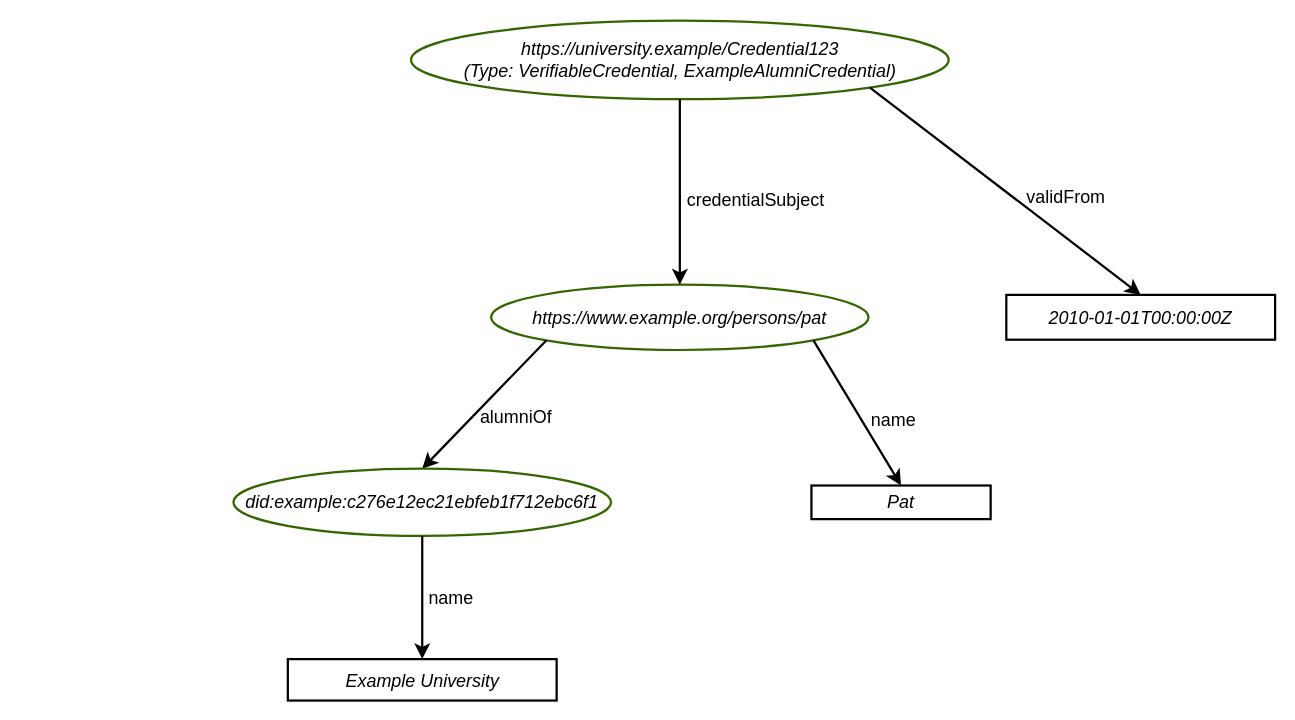
This is diagrams/credential_example.drawio from w3c/vc-overview, a draw.io file, before an edit. Source tidied: cells renumbered, new cells numbered last; positions are measured from the earlier drawing's top-left corner, leaving out a move shared by most shapes. Both pictures are drawn from the tidied source at 112%, with x=0, y=0 at pixel (233, 20).
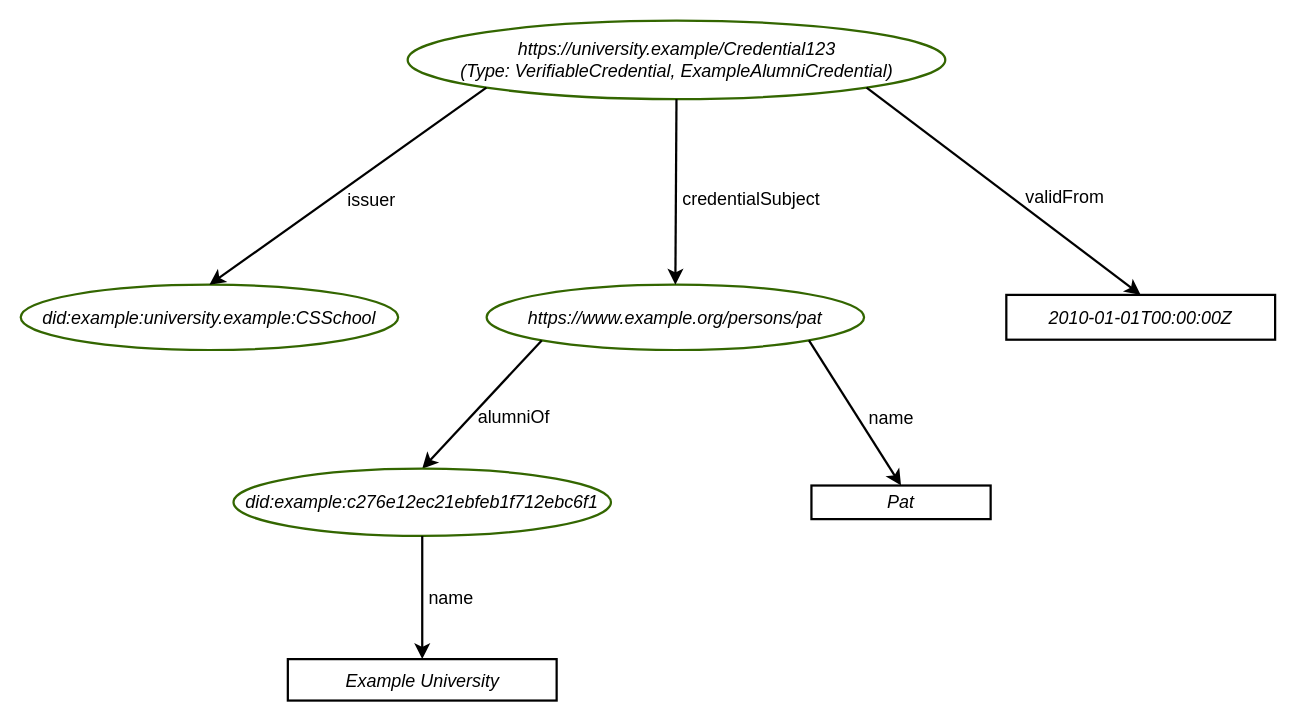
After the change.

The edit, as a diff of the source:
```diff
@@
     <mxCell id="2" value="&lt;div&gt;&lt;i&gt;https://university.example/Credential123&lt;/i&gt;&lt;/div&gt;&lt;div&gt;&lt;i&gt;(Type: VerifiableCredential, ExampleAlumniCredential)&lt;/i&gt;&lt;/div&gt;" style="ellipse;whiteSpace=wrap;html=1;fontSize=16;fillColor=none;strokeWidth=2;strokeColor=#336600;" parent="1" vertex="1">
-      <mxGeometry x="158.5" width="480" height="70" as="geometry" />
+      <mxGeometry x="155.5" width="480" height="70" as="geometry" />
     </mxCell>
@@
     <mxCell id="6" value="&lt;div&gt;&lt;i style=&quot;background-color: initial;&quot;&gt;https://www.example.org/persons/pat&lt;/i&gt;&lt;/div&gt;" style="ellipse;whiteSpace=wrap;html=1;fontSize=16;fillColor=none;strokeWidth=2;strokeColor=#336600;" parent="1" vertex="1">
-      <mxGeometry x="230" y="235.7" width="337" height="58.3" as="geometry" />
+      <mxGeometry x="226" y="235.7" width="337" height="58.3" as="geometry" />
     </mxCell>
@@
+    <mxCell id="18" value="&lt;i&gt;did:example:university.example:CSSchool&lt;/i&gt;" style="ellipse;whiteSpace=wrap;html=1;fontSize=16;fillColor=none;strokeWidth=2;strokeColor=#336600;" parent="1" vertex="1">
+      <mxGeometry x="-190" y="235.7" width="337" height="58.3" as="geometry" />
+    </mxCell>
+    <mxCell id="19" style="endArrow=classic;html=1;rounded=0;fontSize=12;startSize=8;endSize=8;curved=1;entryX=0.5;entryY=0;entryDx=0;entryDy=0;exitX=0;exitY=1;exitDx=0;exitDy=0;strokeWidth=2;fontStyle=2;" parent="1" edge="1" source="2" target="18">
+      <mxGeometry relative="1" as="geometry" />
+    </mxCell>
+    <mxCell id="20" value="issuer" style="edgeLabel;html=1;align=center;verticalAlign=middle;fontSize=16;labelBackgroundColor=none;" parent="19" vertex="1">
+      <mxGeometry x="0.13" y="-2" relative="1" as="geometry">
+        <mxPoint x="37" y="2" as="offset" />
+      </mxGeometry>
+    </mxCell>
```
